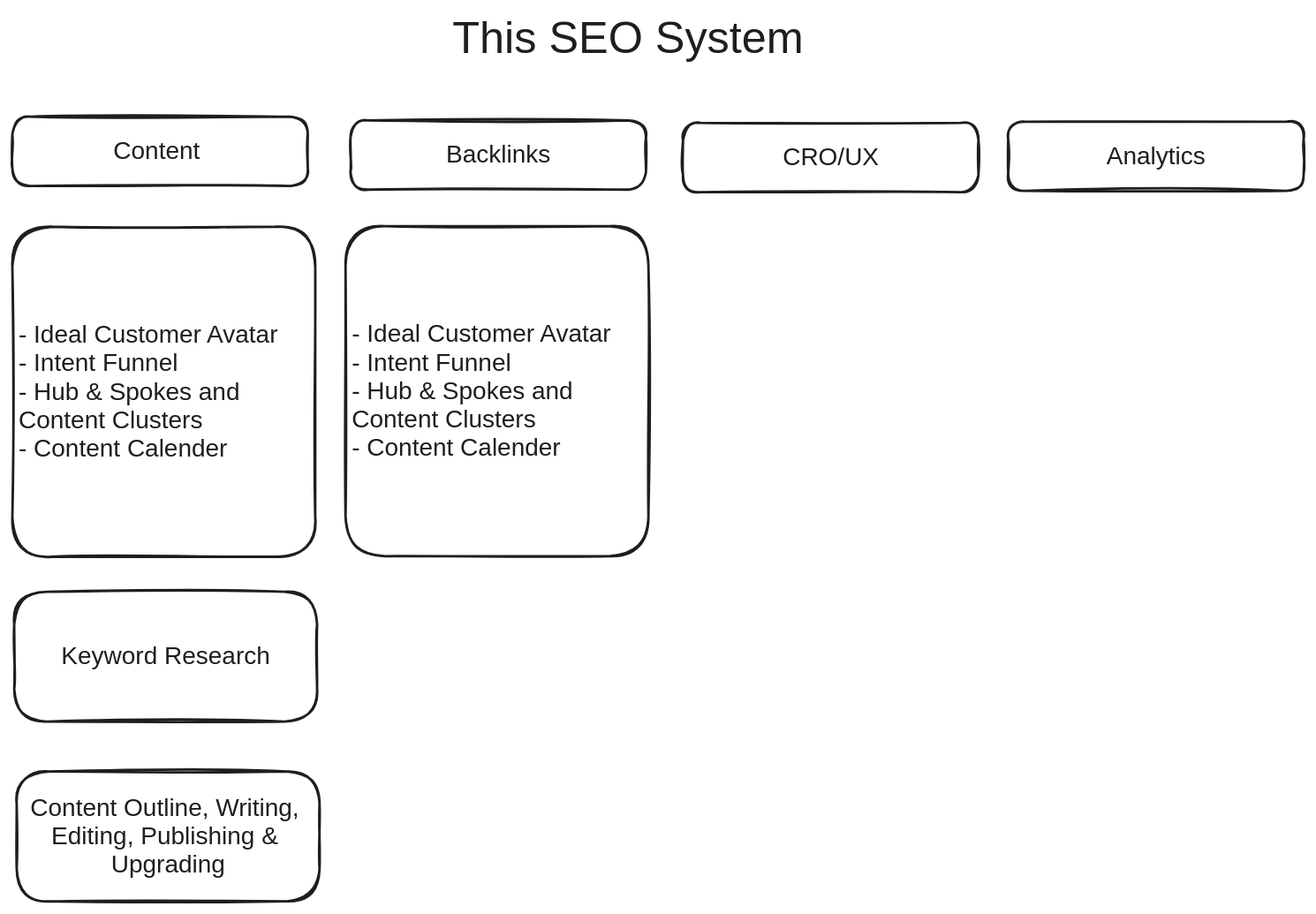
Above: QuickNotes/20240526 The SEO System.excalidraw.svg in mshafat/noteshub (Excalidraw), before the change. Source tidied: one line per element, renumbered; positions are measured from the earlier drawing's top-left corner, leaving out a move shared by most shapes.
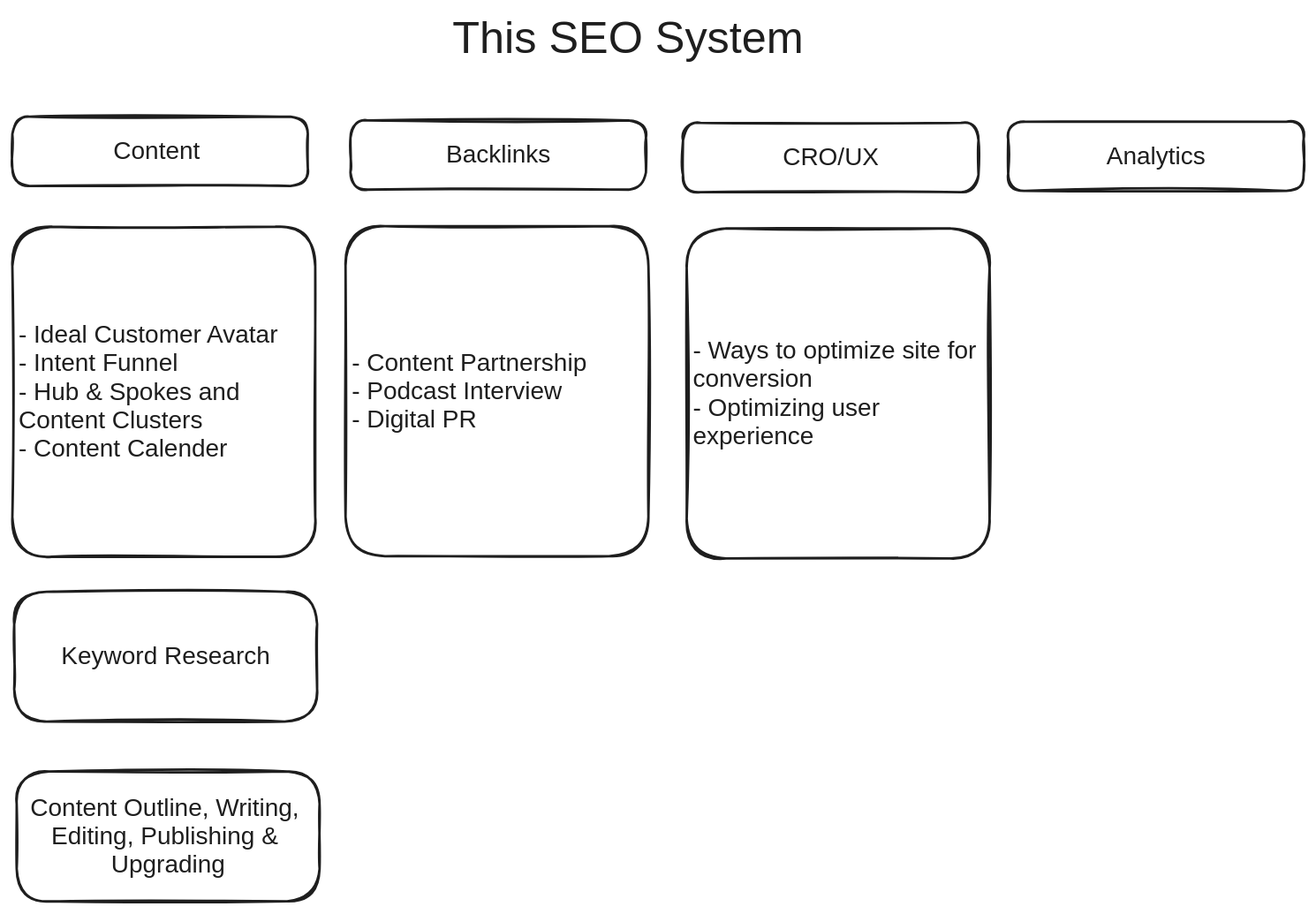
The same diagram one commit later.

Diff of the diagram source:
```diff
@@ -10,8 +10,10 @@
 {"id": 9, "type": "rectangle", "strokeColor": "#1e1e1e", "strokeWidth": 2, "roughness": 1, "round": true, "x": 0, "y": 173, "width": 245, "height": 267}
 {"id": 10, "type": "text", "text": "- Ideal Customer Avatar\n- Intent Funnel\n- Hub & Spokes and \nContent Clusters\n- Content Calender", "strokeColor": "#1e1e1e", "strokeWidth": 2, "roughness": 1, "fontSize": 20, "fontFamily": 2, "verticalAlign": "middle", "inside": 9, "x": 5, "y": 249, "width": 211, "height": 115}
 {"id": 11, "type": "rectangle", "strokeColor": "#1e1e1e", "strokeWidth": 2, "roughness": 1, "round": true, "x": 270, "y": 173, "width": 245, "height": 267}
-{"id": 12, "type": "text", "text": "- Ideal Customer Avatar\n- Intent Funnel\n- Hub & Spokes and \nContent Clusters\n- Content Calender", "strokeColor": "#1e1e1e", "strokeWidth": 2, "roughness": 1, "fontSize": 20, "fontFamily": 2, "verticalAlign": "middle", "inside": 11, "x": 274, "y": 249, "width": 211, "height": 115}
+{"id": 12, "type": "text", "text": "- Content Partnership\n- Podcast Interview\n- Digital PR", "strokeColor": "#1e1e1e", "strokeWidth": 2, "roughness": 1, "fontSize": 20, "fontFamily": 2, "verticalAlign": "middle", "inside": 11, "x": 274, "y": 272, "width": 190, "height": 69}
 {"id": 13, "type": "rectangle", "strokeColor": "#1e1e1e", "strokeWidth": 2, "roughness": 1, "round": true, "x": 2, "y": 468, "width": 245, "height": 105}
 {"id": 14, "type": "text", "text": "Keyword Research", "strokeColor": "#1e1e1e", "strokeWidth": 2, "roughness": 1, "fontSize": 20, "fontFamily": 2, "textAlign": "center", "verticalAlign": "middle", "inside": 13, "x": 40, "y": 509, "width": 169, "height": 23}
 {"id": 15, "type": "rectangle", "strokeColor": "#1e1e1e", "strokeWidth": 2, "roughness": 1, "round": true, "x": 4, "y": 614, "width": 245, "height": 105}
 {"id": 16, "type": "text", "text": "Content Outline, Writing, \nEditing, Publishing & \nUpgrading", "strokeColor": "#1e1e1e", "strokeWidth": 2, "roughness": 1, "fontSize": 20, "fontFamily": 2, "textAlign": "center", "verticalAlign": "middle", "inside": 15, "x": 14, "y": 632, "width": 223, "height": 69}
+{"id": 17, "type": "rectangle", "strokeColor": "#1e1e1e", "strokeWidth": 2, "roughness": 1, "round": true, "x": 545, "y": 175, "width": 245, "height": 267}
+{"id": 18, "type": "text", "text": "- Ways to optimize site for \nconversion \n- Optimizing user \nexperience ", "strokeColor": "#1e1e1e", "strokeWidth": 2, "roughness": 1, "fontSize": 20, "fontFamily": 2, "verticalAlign": "middle", "inside": 17, "x": 550, "y": 262, "width": 235, "height": 92}
```
